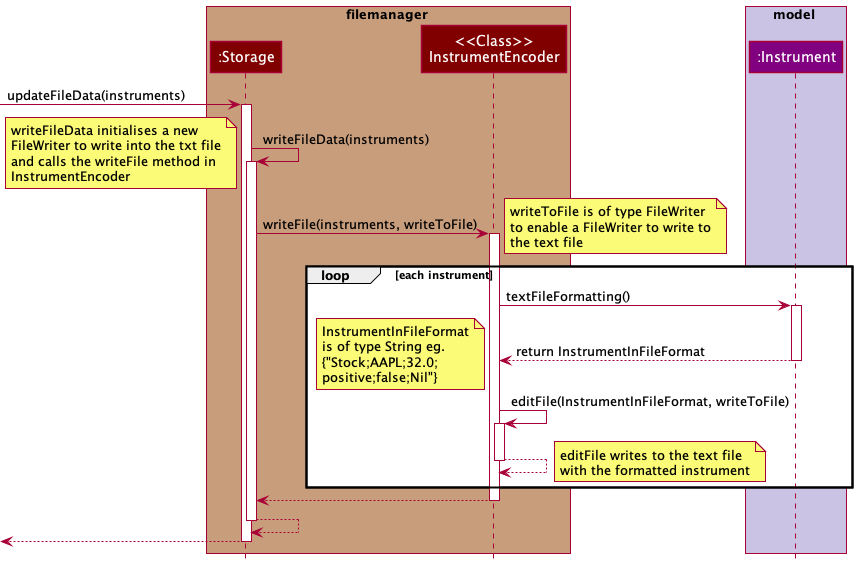
The PlantUML diagram docs/images/FileManagerEncodingSequenceDiag.png in williamlamjy/mTracker, before a commit.
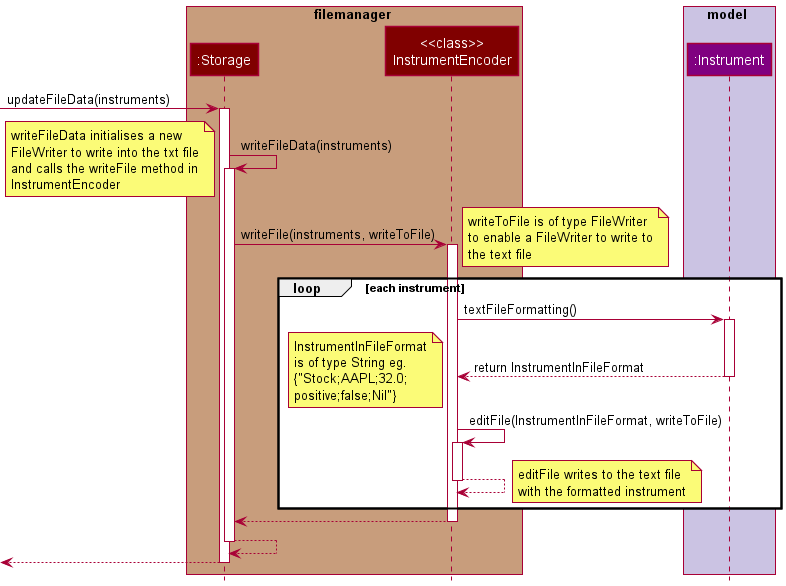
After the change.

Change to the diagram source:
```diff
@@ -3,7 +3,7 @@
 
 box filemanager COLOR_STORAGE_SEGMENT
 participant ":Storage" as Storage COLOR_STORAGE
-participant "<<Class>>\nInstrumentEncoder" as InstrumentEncoder COLOR_STORAGE
+participant "<<class>>\nInstrumentEncoder" as InstrumentEncoder COLOR_STORAGE
 end box
 
 box model COLOR_MODEL_SEGMENT
```
